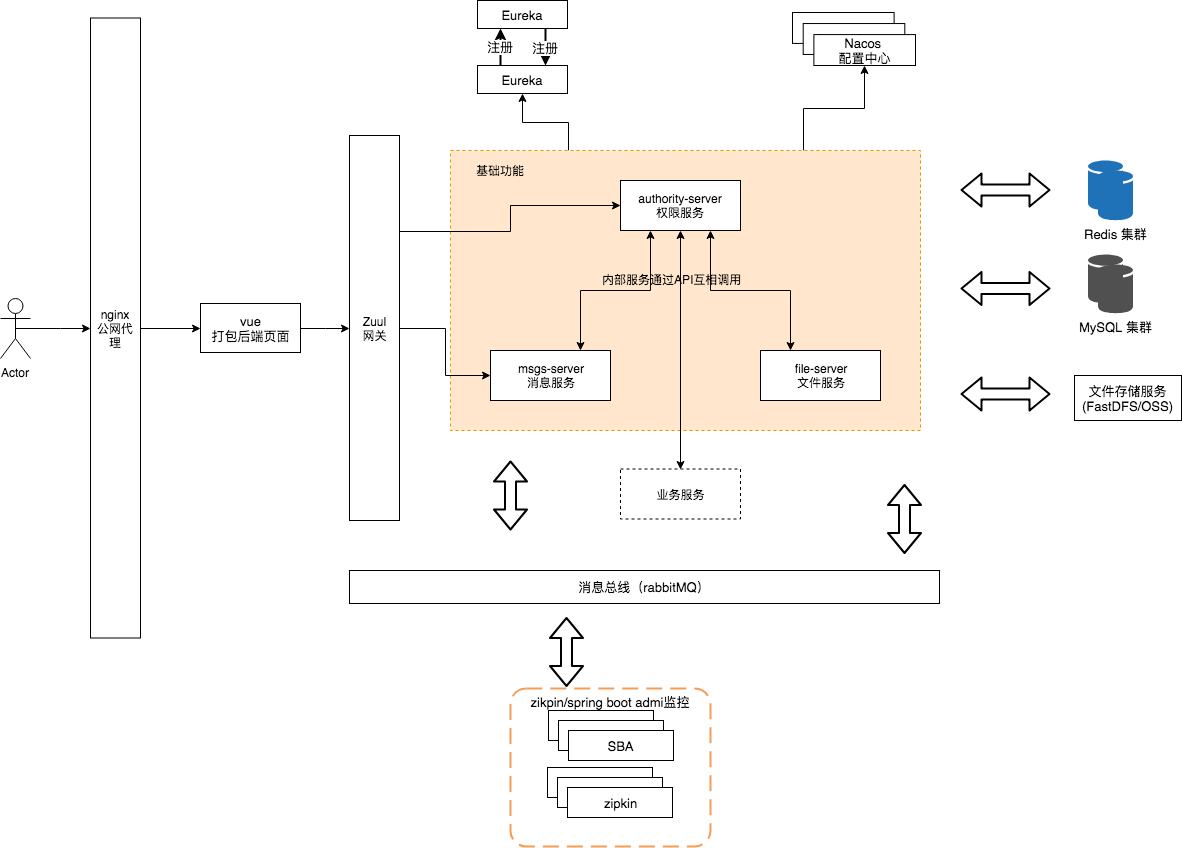
Before: docs/image/项目相关/架构图.png, a diagram exported from draw.io (dromara/lamp-cloud). Source tidied: cells renumbered, new cells last; positions are measured from the earlier drawing's top-left corner, leaving out a move shared by most shapes.
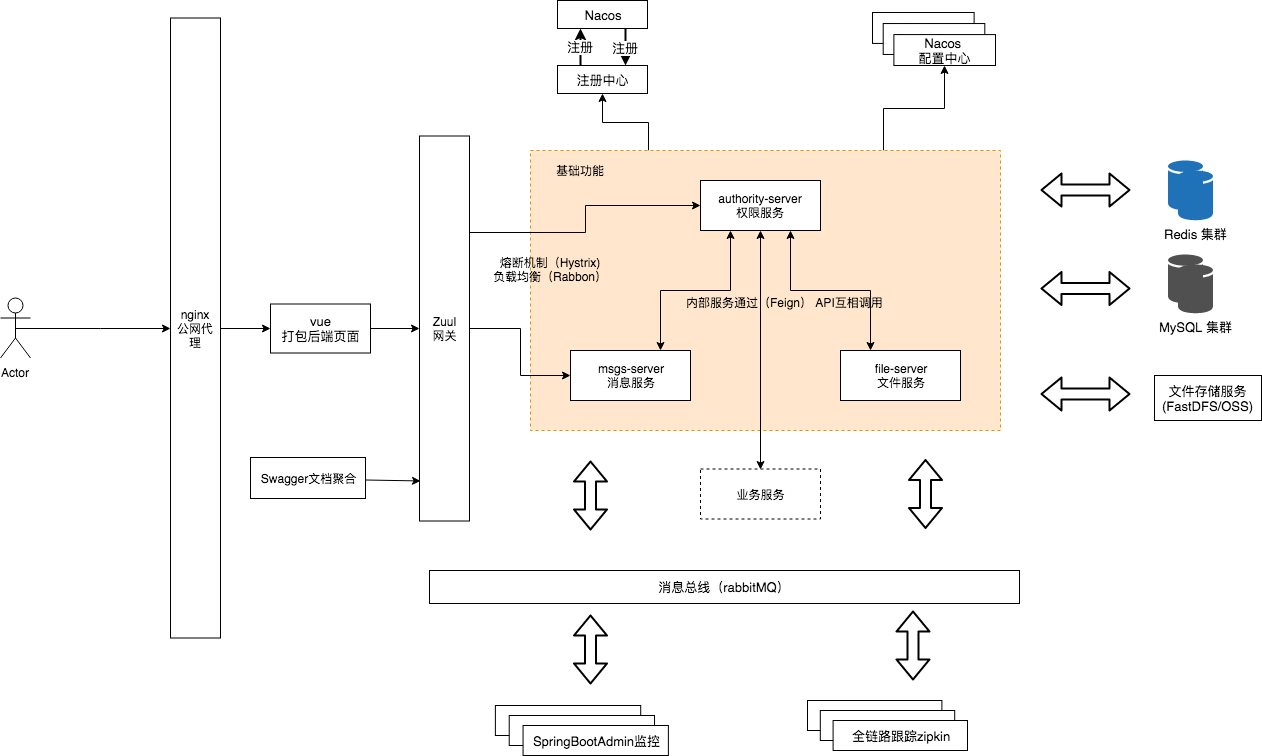
Above is the later version.

Change to the diagram source:
```diff
@@ -14,64 +14,28 @@
     <mxCell id="5" value="注册" style="edgeStyle=orthogonalEdgeStyle;rounded=0;html=1;exitX=0.75;exitY=1;entryX=0.75;entryY=0;jettySize=auto;strokeWidth=2;fontSize=13;" parent="1" edge="1" source="6" target="8">
       <mxGeometry relative="1" as="geometry" />
     </mxCell>
-    <mxCell id="6" value="Eureka" style="rounded=0;whiteSpace=wrap;html=1;fontSize=13;" parent="1" vertex="1">
+    <mxCell id="6" value="Nacos" style="rounded=0;whiteSpace=wrap;html=1;fontSize=13;" parent="1" vertex="1">
       <mxGeometry x="477" width="90" height="28" as="geometry" />
     </mxCell>
     <mxCell id="7" value="注册" style="edgeStyle=orthogonalEdgeStyle;rounded=0;html=1;exitX=0.25;exitY=0;entryX=0.25;entryY=1;jettySize=auto;strokeWidth=2;fontSize=13;" parent="1" edge="1" source="8" target="6">
       <mxGeometry relative="1" as="geometry" />
     </mxCell>
-    <mxCell id="8" value="Eureka" style="rounded=0;whiteSpace=wrap;html=1;fontSize=13;" parent="1" vertex="1">
+    <mxCell id="8" value="注册中心" style="rounded=0;whiteSpace=wrap;html=1;fontSize=13;" parent="1" vertex="1">
       <mxGeometry x="477" y="65" width="90" height="28" as="geometry" />
     </mxCell>
     <mxCell id="9" value="消息总线（rabbitMQ）" style="rounded=0;whiteSpace=wrap;html=1;fontSize=13;" parent="1" vertex="1">
       <mxGeometry x="349" y="570" width="590" height="33" as="geometry" />
     </mxCell>
-    <mxCell id="10" value="zikpin/spring boot admi监控" style="group;fontSize=13;" parent="1" vertex="1">
-      <mxGeometry x="510" y="688" width="200" height="158" as="geometry" />
-    </mxCell>
-    <mxCell id="11" style="group;fontSize=13;" parent="10" vertex="1">
-      <mxGeometry width="200" height="158" as="geometry" />
-    </mxCell>
-    <mxCell id="12" style="group;fontSize=13;" parent="11" vertex="1">
-      <mxGeometry width="200" height="158" as="geometry" />
-    </mxCell>
-    <mxCell id="13" style="rounded=1;arcSize=10;dashed=1;strokeColor=#F59D56;fillColor=none;gradientColor=none;dashPattern=8 4;strokeWidth=2;fontSize=13;" parent="12" vertex="1">
-      <mxGeometry width="200" height="158" as="geometry" />
-    </mxCell>
-    <mxCell id="14" style="group;fontSize=13;" parent="12" vertex="1">
-      <mxGeometry x="37" y="12" width="125" height="50" as="geometry" />
-    </mxCell>
-    <mxCell id="15" value="Auth&amp;nbsp;&lt;span&gt;Server&lt;/span&gt;" style="rounded=0;whiteSpace=wrap;html=1;fontSize=13;" parent="14" vertex="1">
-      <mxGeometry x="1" y="10" width="105" height="30" as="geometry" />
-    </mxCell>
-    <mxCell id="16" value="SBA" style="rounded=0;whiteSpace=wrap;html=1;fontSize=13;" parent="14" vertex="1">
-      <mxGeometry x="11" y="20" width="105" height="30" as="geometry" />
-    </mxCell>
-    <mxCell id="17" value="SBA" style="rounded=0;whiteSpace=wrap;html=1;fontSize=13;" parent="14" vertex="1">
-      <mxGeometry x="21" y="30" width="105" height="30" as="geometry" />
-    </mxCell>
-    <mxCell id="18" style="group;fontSize=13;" parent="12" vertex="1">
-      <mxGeometry x="37" y="79" width="125" height="50" as="geometry" />
-    </mxCell>
-    <mxCell id="19" value="zipkin" style="rounded=0;whiteSpace=wrap;html=1;fontSize=13;" parent="18" vertex="1">
-      <mxGeometry width="105" height="30" as="geometry" />
-    </mxCell>
-    <mxCell id="20" value="zipkin" style="rounded=0;whiteSpace=wrap;html=1;fontSize=13;" parent="18" vertex="1">
-      <mxGeometry x="10" y="10" width="105" height="30" as="geometry" />
-    </mxCell>
-    <mxCell id="21" value="zipkin" style="rounded=0;whiteSpace=wrap;html=1;fontSize=13;" parent="18" vertex="1">
-      <mxGeometry x="20" y="20" width="105" height="30" as="geometry" />
-    </mxCell>
     <mxCell id="22" style="shape=flexArrow;endArrow=classic;startArrow=classic;html=1;fillColor=#ffffff;strokeWidth=2;fontSize=14;" parent="1" edge="1">
       <mxGeometry relative="1" as="geometry">
-        <mxPoint x="904" y="553.5" as="sourcePoint" />
-        <mxPoint x="904" y="483.5" as="targetPoint" />
+        <mxPoint x="845" y="528.5" as="sourcePoint" />
+        <mxPoint x="845" y="458.5" as="targetPoint" />
       </mxGeometry>
     </mxCell>
     <mxCell id="23" style="shape=flexArrow;endArrow=classic;startArrow=classic;html=1;fillColor=#ffffff;strokeWidth=2;fontSize=14;" parent="1" edge="1">
       <mxGeometry relative="1" as="geometry">
-        <mxPoint x="566" y="686.5" as="sourcePoint" />
-        <mxPoint x="566" y="616.5" as="targetPoint" />
+        <mxPoint x="510" y="684" as="sourcePoint" />
+        <mxPoint x="510" y="614" as="targetPoint" />
       </mxGeometry>
     </mxCell>
     <mxCell id="24" style="shape=flexArrow;endArrow=classic;startArrow=classic;html=1;fillColor=#ffffff;strokeWidth=2;fontSize=14;" parent="1" edge="1">
@@ -105,7 +69,7 @@
       <mxGeometry relative="1" as="geometry" />
     </mxCell>
     <mxCell id="33" value="Zuul&lt;br&gt;网关" style="rounded=0;whiteSpace=wrap;html=1;" parent="1" vertex="1">
-      <mxGeometry x="349" y="135" width="50" height="385" as="geometry" />
+      <mxGeometry x="339" y="135.5" width="50" height="385" as="geometry" />
     </mxCell>
     <mxCell id="34" style="group;" parent="1" vertex="1">
       <mxGeometry x="792" y="12" width="123" height="53" as="geometry" />
@@ -143,8 +107,8 @@
     <mxCell id="45" value="file-server&lt;br&gt;文件服务" style="rounded=0;whiteSpace=wrap;html=1;" parent="1" vertex="1">
       <mxGeometry x="760" y="350" width="120" height="50" as="geometry" />
     </mxCell>
-    <mxCell id="46" value="内部服务通过API互相调用" style="text;html=1;align=left;verticalAlign=top;spacingTop=-4;" parent="1" vertex="1">
-      <mxGeometry x="600" y="270" width="150" height="20" as="geometry" />
+    <mxCell id="46" value="内部服务通过（Feign） API互相调用" style="text;html=1;align=left;verticalAlign=top;spacingTop=-4;" parent="1" vertex="1">
+      <mxGeometry x="603.5" y="293" width="210" height="20" as="geometry" />
     </mxCell>
     <mxCell id="47" style="edgeStyle=orthogonalEdgeStyle;rounded=0;jettySize=auto;html=1;exitX=0.5;exitY=0;exitDx=0;exitDy=0;entryX=0.5;entryY=1;entryDx=0;entryDy=0;startArrow=classic;startFill=1;" parent="1" edge="1" source="48" target="41">
       <mxGeometry relative="1" as="geometry" />
@@ -180,7 +144,7 @@
       <mxGeometry relative="1" as="geometry" />
     </mxCell>
     <mxCell id="55" value="vue&lt;br&gt;打包后端页面" style="rounded=0;whiteSpace=wrap;html=1;fontSize=13;" parent="1" vertex="1">
-      <mxGeometry x="200" y="303" width="100" height="49" as="geometry" />
+      <mxGeometry x="190" y="303.5" width="100" height="49" as="geometry" />
     </mxCell>
     <mxCell id="56" style="edgeStyle=orthogonalEdgeStyle;rounded=0;jettySize=auto;html=1;exitX=1;exitY=0.5;exitDx=0;exitDy=0;entryX=0;entryY=0.5;entryDx=0;entryDy=0;startArrow=none;startFill=0;" parent="1" edge="1" source="57" target="55">
       <mxGeometry relative="1" as="geometry" />
@@ -192,7 +156,48 @@
       <mxGeometry relative="1" as="geometry" />
     </mxCell>
     <mxCell id="59" value="Actor" style="shape=umlActor;verticalLabelPosition=bottom;labelBackgroundColor=#ffffff;verticalAlign=top;html=1;outlineConnect=0;" parent="1" vertex="1">
-      <mxGeometry y="298" width="30" height="60" as="geometry" />
+      <mxGeometry x="-80" y="297.5" width="30" height="60" as="geometry" />
     </mxCell>
+    <mxCell id="14" style="group;fontSize=13;" parent="1" vertex="1">
+      <mxGeometry x="413.5" y="695" width="173" height="50" as="geometry" />
+    </mxCell>
+    <mxCell id="15" value="Auth&amp;nbsp;&lt;span&gt;Server&lt;/span&gt;" style="rounded=0;whiteSpace=wrap;html=1;fontSize=13;" parent="14" vertex="1">
+      <mxGeometry x="1.4" y="10" width="145.3" height="30" as="geometry" />
+    </mxCell>
+    <mxCell id="16" value="SBA" style="rounded=0;whiteSpace=wrap;html=1;fontSize=13;" parent="14" vertex="1">
+      <mxGeometry x="15.2" y="20" width="145.3" height="30" as="geometry" />
+    </mxCell>
+    <mxCell id="17" value="SpringBootAdmin监控" style="rounded=0;whiteSpace=wrap;html=1;fontSize=13;" parent="14" vertex="1">
+      <mxGeometry x="29.1" y="30" width="145.3" height="30" as="geometry" />
+    </mxCell>
+    <mxCell id="18" style="group;fontSize=13;" parent="1" vertex="1">
+      <mxGeometry x="727" y="700" width="160" height="50" as="geometry" />
+    </mxCell>
+    <mxCell id="19" value="zipkin" style="rounded=0;whiteSpace=wrap;html=1;fontSize=13;" parent="18" vertex="1">
+      <mxGeometry width="134.4" height="30" as="geometry" />
+    </mxCell>
+    <mxCell id="20" value="zipkin" style="rounded=0;whiteSpace=wrap;html=1;fontSize=13;" parent="18" vertex="1">
+      <mxGeometry x="12.8" y="10" width="134.4" height="30" as="geometry" />
+    </mxCell>
+    <mxCell id="21" value="全链路跟踪zipkin" style="rounded=0;whiteSpace=wrap;html=1;fontSize=13;" parent="18" vertex="1">
+      <mxGeometry x="25.6" y="20" width="134.4" height="30" as="geometry" />
+    </mxCell>
+    <mxCell id="60" style="shape=flexArrow;endArrow=classic;startArrow=classic;html=1;fillColor=#ffffff;strokeWidth=2;fontSize=14;" parent="1" edge="1">
+      <mxGeometry relative="1" as="geometry">
+        <mxPoint x="832.5" y="680" as="sourcePoint" />
+        <mxPoint x="832.5" y="610" as="targetPoint" />
+      </mxGeometry>
+    </mxCell>
+    <mxCell id="61" value="Swagger文档聚合" style="rounded=0;whiteSpace=wrap;html=1;" parent="1" vertex="1">
+      <mxGeometry x="170" y="457" width="115" height="41" as="geometry" />
+    </mxCell>
+    <mxCell id="62" style="endArrow=classic;html=1;entryX=0.02;entryY=0.896;entryDx=0;entryDy=0;entryPerimeter=0;exitX=1;exitY=0.5;exitDx=0;exitDy=0;" parent="1" edge="1" target="33">
+      <mxGeometry relative="1" as="geometry">
+        <mxPoint x="285" y="479.5" as="sourcePoint" />
+      </mxGeometry>
+    </mxCell>
+    <mxCell id="63" value="熔断机制（Hystrix)&lt;br&gt;负载均衡（Rabbon）" style="text;html=1;align=center;verticalAlign=middle;fillColor=none;strokeColor=none;rounded=0;" parent="1" vertex="1">
+      <mxGeometry x="405" y="254" width="130" height="30" as="geometry" />
+    </mxCell>
   </root>
 </mxGraphModel>
```
